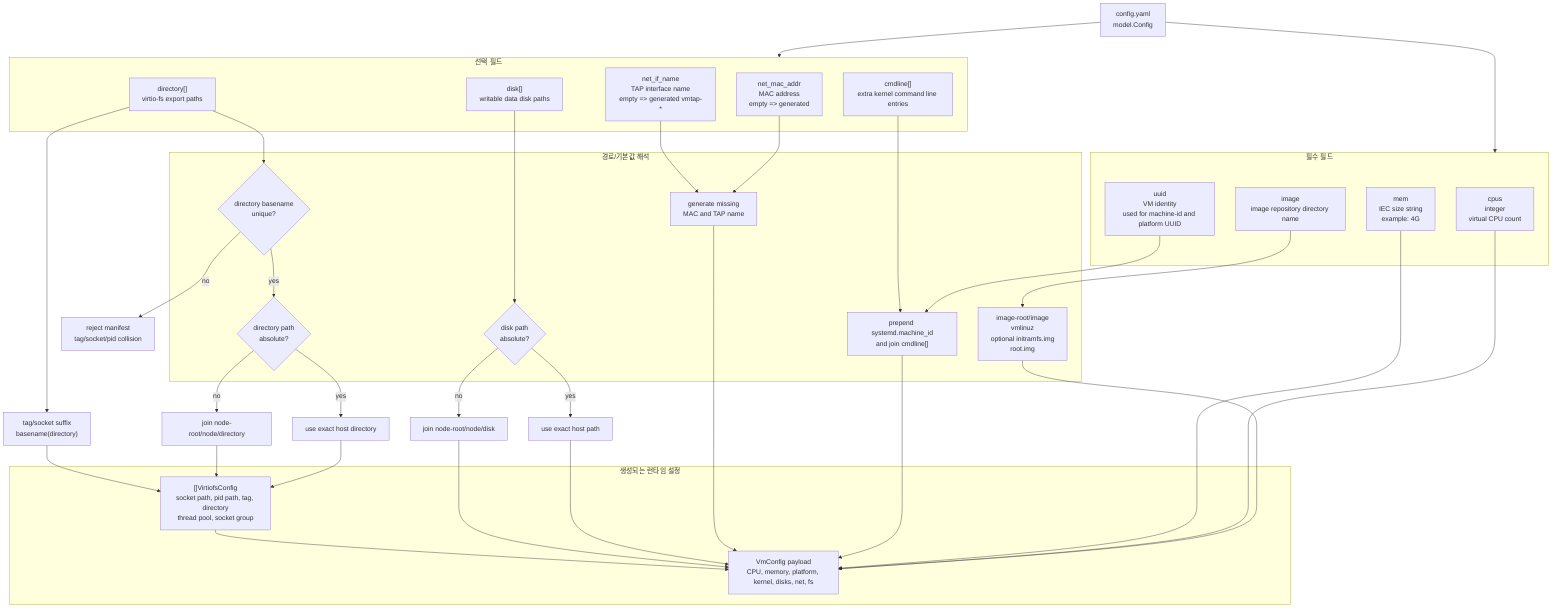
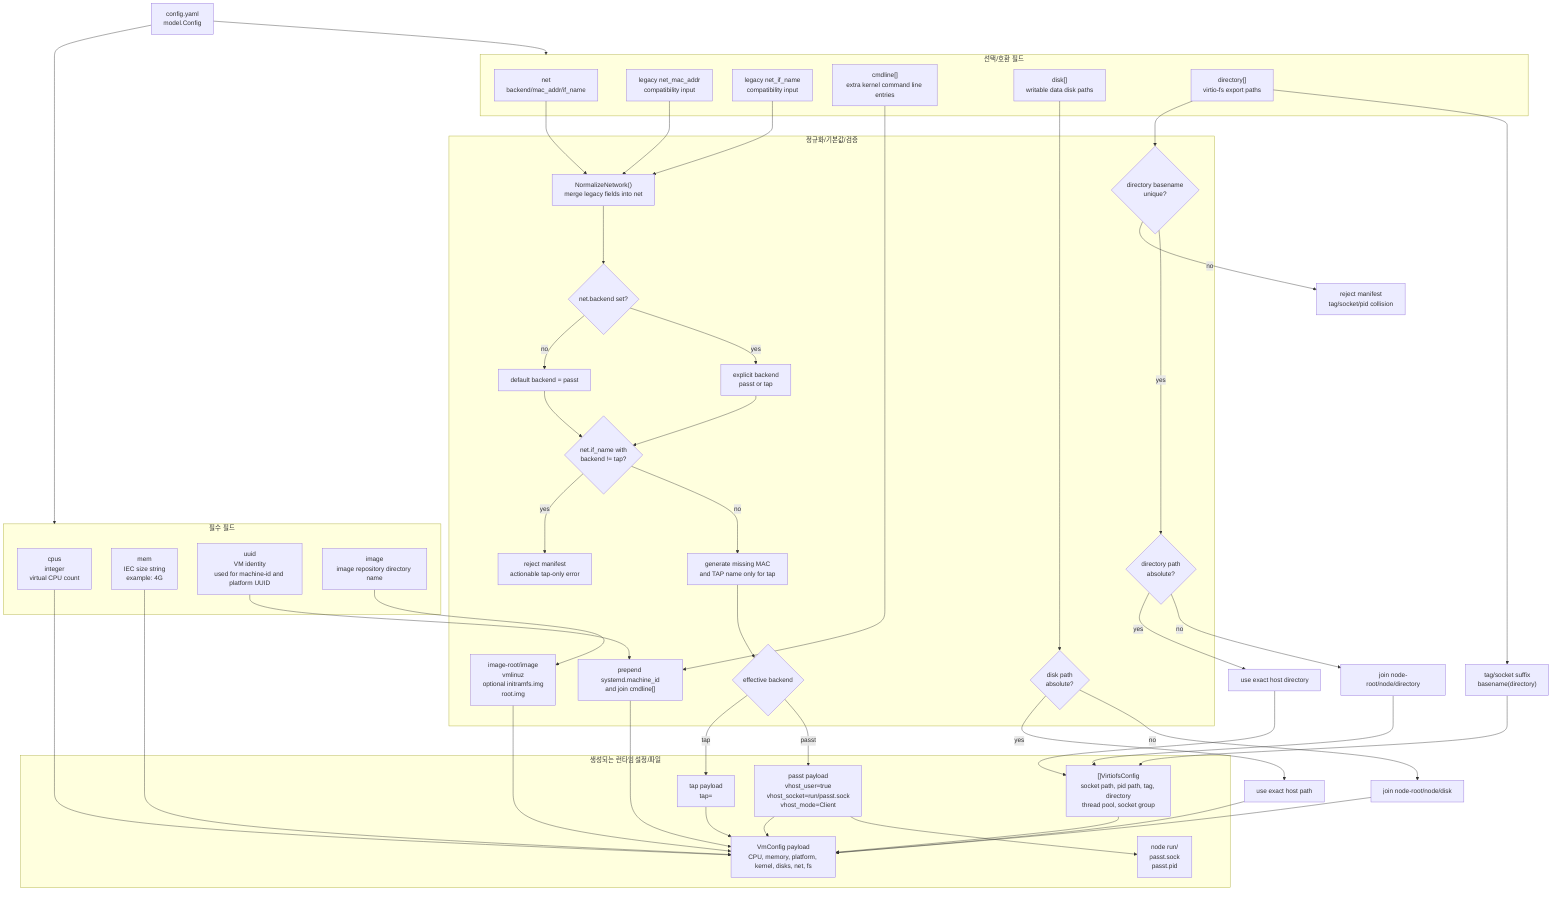
flowchart TD
    cfg["config.yaml\nmodel.Config"]

    subgraph required["필수 필드"]
        cpus["cpus\ninteger\nvirtual CPU count"]
        mem["mem\nIEC size string\nexample: 4G"]
        uuid["uuid\nVM identity\nused for machine-id and platform UUID"]
        image["image\nimage repository directory name"]
    end

-     subgraph optional["선택 필드"]
-         mac["net_mac_addr\nMAC address\nempty => generated"]
-         tap["net_if_name\nTAP interface name\nempty => generated vmtap-*"]
+     subgraph optional["선택/호환 필드"]
+         net["net\nbackend/mac_addr/if_name"]
+         legacyMac["legacy net_mac_addr\ncompatibility input"]
+         legacyTap["legacy net_if_name\ncompatibility input"]
        cmdline["cmdline[]\nextra kernel command line entries"]
        disk["disk[]\nwritable data disk paths"]
        directory["directory[]\nvirtio-fs export paths"]
    end

-     subgraph resolution["경로/기본값 해석"]
+     subgraph resolution["정규화/기본값/검증"]
+         normalize["NormalizeNetwork()\nmerge legacy fields into net"]
+         backendRule{"net.backend set?"}
+         backendDefault["default backend = passt"]
+         backendExplicit["explicit backend\npasst or tap"]
+         ifNameRule{"net.if_name with\nbackend != tap?"}
+         rejectTap["reject manifest\nactionable tap-only error"]
+         defaults["generate missing MAC\nand TAP name only for tap"]
+         effectiveBackend{"effective backend"}
        imageBase["image-root/image\nvmlinuz\noptional initramfs.img\nroot.img"]
        diskRule{"disk path\nabsolute?"}
        basenameRule{"directory basename\nunique?"}
        dirRule{"directory path\nabsolute?"}
-         defaults["generate missing\nMAC and TAP name"]
        cmd["prepend systemd.machine_id\nand join cmdline[]"]
    end

-     subgraph vmcfg["생성되는 런타임 설정"]
+     subgraph runtime["생성되는 런타임 설정/파일"]
        payload["VmConfig payload\nCPU, memory, platform, kernel, disks, net, fs"]
+         netTapPayload["tap payload\ntap=<if_name>"]
+         netPasstPayload["passt payload\nvhost_user=true\nvhost_socket=run/passt.sock\nvhost_mode=Client"]
+         passtFiles["node run/\npasst.sock\npasst.pid"]
        vfs["[]VirtiofsConfig\nsocket path, pid path, tag, directory\nthread pool, socket group"]
    end

    cfg --> required
    cfg --> optional
    image --> imageBase --> payload
    cpus --> payload
    mem --> payload
    uuid --> cmd --> payload
    cmdline --> cmd
-     mac --> defaults --> payload
-     tap --> defaults
+     net --> normalize
+     legacyMac --> normalize
+     legacyTap --> normalize
+     normalize --> backendRule
+     backendRule -- no --> backendDefault --> ifNameRule
+     backendRule -- yes --> backendExplicit --> ifNameRule
+     ifNameRule -- yes --> rejectTap
+     ifNameRule -- no --> defaults --> effectiveBackend
+     effectiveBackend -- tap --> netTapPayload --> payload
+     effectiveBackend -- passt --> netPasstPayload --> payload
+     netPasstPayload --> passtFiles
    disk --> diskRule
    diskRule -- yes --> diskAbs["use exact host path"] --> payload
    diskRule -- no --> diskRel["join node-root/node/disk"] --> payload
    directory --> basenameRule
-     basenameRule -- no --> reject["reject manifest\ntag/socket/pid collision"]
+     basenameRule -- no --> rejectDir["reject manifest\ntag/socket/pid collision"]
    basenameRule -- yes --> dirRule
    dirRule -- yes --> dirAbs["use exact host directory"] --> vfs
    dirRule -- no --> dirRel["join node-root/node/directory"] --> vfs
    directory --> tag["tag/socket suffix\nbasename(directory)"] --> vfs
    vfs --> payload
